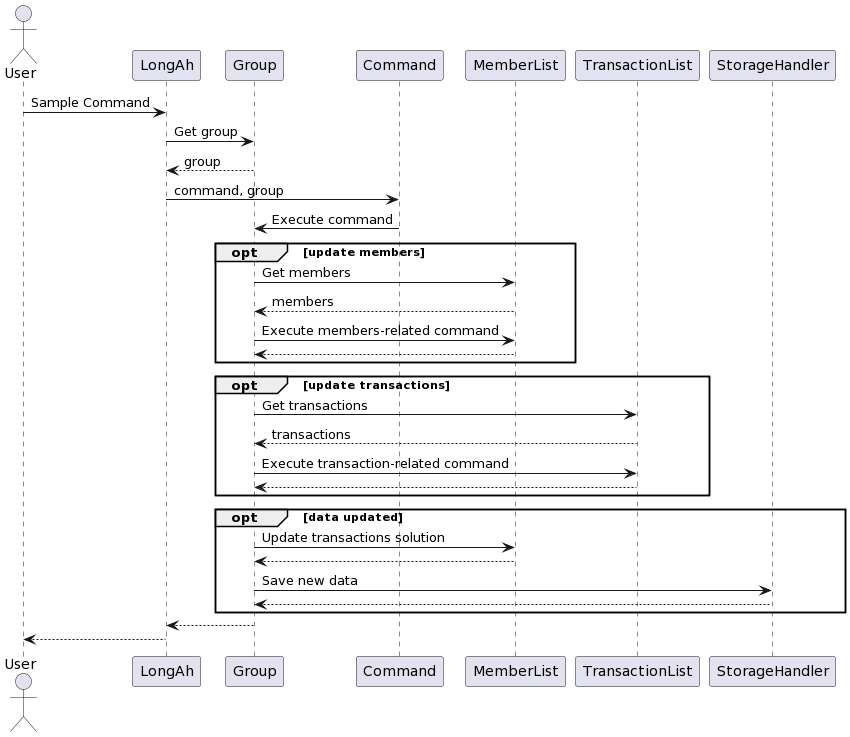
The PlantUML diagram docs/diagrams/CommandExecutionSequenceDiagram.png in jing-xiang/tp, before a commit.
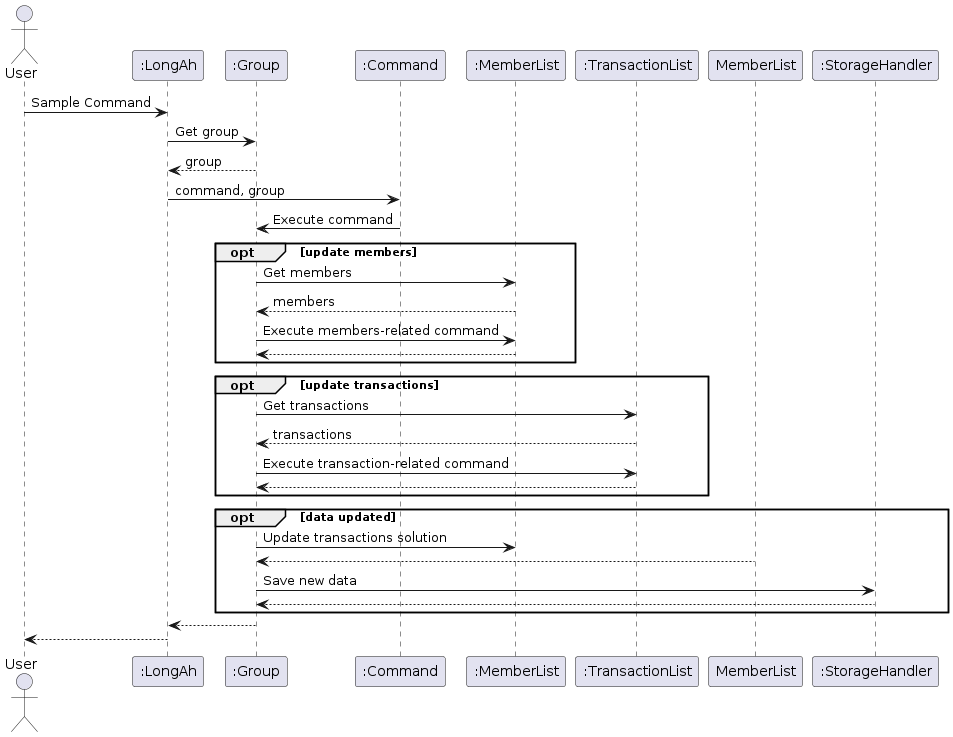
Above is the later version.

What changed in the source:
```diff
@@ -1,28 +1,28 @@
 @startuml
 actor User
-User -> LongAh: Sample Command
-LongAh -> Group: Get group
-Group --> LongAh: group
-LongAh -> Command: command, group
-Command -> Group: Execute command
+User -> ":LongAh": Sample Command
+":LongAh" -> ":Group": Get group
+":Group"--> ":LongAh": group
+":LongAh" -> ":Command": command, group
+":Command" -> ":Group": Execute command
 opt update members
-  Group -> MemberList: Get members
-  MemberList --> Group: members
-  Group -> MemberList: Execute members-related command
-  MemberList --> Group
+  ":Group" -> ":MemberList": Get members
+  ":MemberList" --> ":Group": members
+  ":Group"-> ":MemberList": Execute members-related command
+  ":MemberList" --> ":Group"
 end
 opt update transactions
-  Group -> TransactionList: Get transactions
-  TransactionList --> Group: transactions
-  Group -> TransactionList: Execute transaction-related command
-  TransactionList --> Group
+  ":Group"-> ":TransactionList": Get transactions
+  ":TransactionList"--> ":Group": transactions
+  ":Group"-> ":TransactionList": Execute transaction-related command
+  ":TransactionList"--> ":Group"
 end
 opt data updated
-  Group -> MemberList: Update transactions solution
-  MemberList --> Group
-  Group -> StorageHandler: Save new data
-  StorageHandler --> Group
+  ":Group"-> ":MemberList": Update transactions solution
+  MemberList --> ":Group"
+  ":Group"-> ":StorageHandler": Save new data
+  ":StorageHandler" --> ":Group"
 end
-Group --> LongAh
-LongAh --> User
+":Group"--> ":LongAh"
+":LongAh" --> User
 @enduml
```
